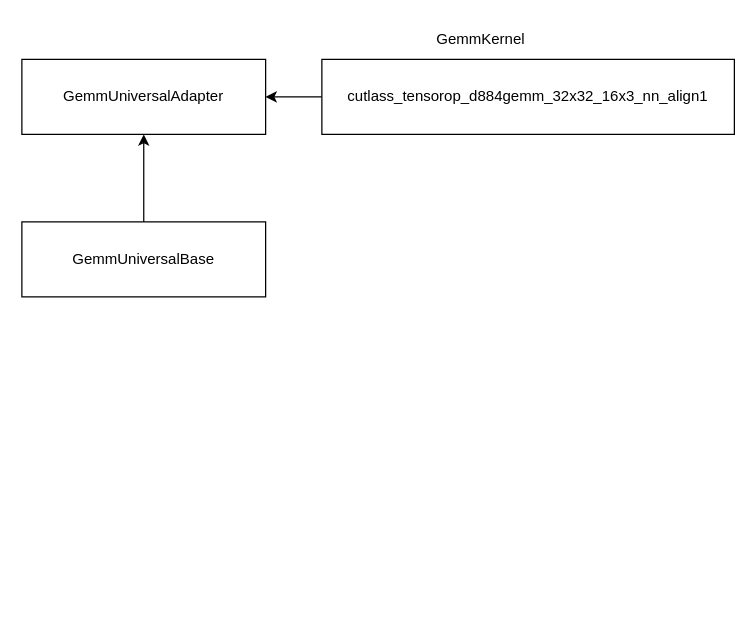
Above: CUTLASS.drawio in piDack/PerformanceCheckUtils (draw.io), before the change. Source tidied: cells renumbered, new cells numbered last; positions are measured from the earlier drawing's top-left corner, leaving out a move shared by most shapes. Both pictures are drawn from the tidied source at 125%, with x=0, y=0 at pixel (21, 21).
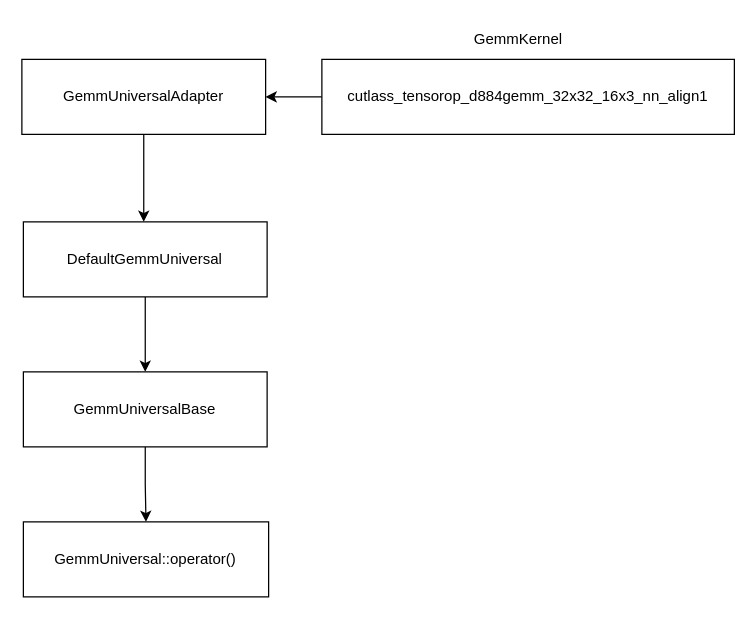
The same page after the edit.

Diff of the diagram source:
```diff
@@
 <mxGraphModel>
   <root>
     <mxCell id="0" />
     <mxCell id="1" parent="0" />
     <mxCell id="2" style="edgeStyle=orthogonalEdgeStyle;rounded=0;jettySize=auto;html=1;exitX=0;exitY=0.5;exitDx=0;exitDy=0;entryX=1;entryY=0.5;entryDx=0;entryDy=0;" parent="1" edge="1" source="3" target="4">
       <mxGeometry relative="1" as="geometry" />
     </mxCell>
     <mxCell id="3" value="cutlass_tensorop_d884gemm_32x32_16x3_nn_align1" style="rounded=0;whiteSpace=wrap;html=1;" parent="1" vertex="1">
       <mxGeometry x="240" y="30" width="330" height="60" as="geometry" />
     </mxCell>
+    <mxCell id="8" style="edgeStyle=orthogonalEdgeStyle;rounded=0;jettySize=auto;html=1;exitX=0.5;exitY=1;exitDx=0;exitDy=0;" parent="1" edge="1" source="4">
+      <mxGeometry relative="1" as="geometry">
+        <mxPoint x="97.5" y="160" as="targetPoint" />
+      </mxGeometry>
+    </mxCell>
     <mxCell id="4" value="GemmUniversalAdapter" style="rounded=0;whiteSpace=wrap;html=1;" parent="1" vertex="1">
       <mxGeometry y="30" width="195" height="60" as="geometry" />
     </mxCell>
-    <mxCell id="5" style="edgeStyle=orthogonalEdgeStyle;rounded=0;jettySize=auto;html=1;exitX=0.5;exitY=0;exitDx=0;exitDy=0;entryX=0.5;entryY=1;entryDx=0;entryDy=0;" parent="1" edge="1" source="6" target="4">
-      <mxGeometry relative="1" as="geometry" />
-    </mxCell>
+    <mxCell id="7" value="GemmKernel" style="text;whiteSpace=wrap;" parent="1" vertex="1">
+      <mxGeometry x="360" width="100" height="40" as="geometry" />
+    </mxCell>
+    <mxCell id="9" style="edgeStyle=orthogonalEdgeStyle;rounded=0;jettySize=auto;html=1;exitX=0.5;exitY=1;exitDx=0;exitDy=0;entryX=0.5;entryY=0;entryDx=0;entryDy=0;" parent="1" edge="1" source="6" target="10">
+      <mxGeometry relative="1" as="geometry" />
+    </mxCell>
     <mxCell id="6" value="GemmUniversalBase" style="rounded=0;whiteSpace=wrap;html=1;" parent="1" vertex="1">
-      <mxGeometry y="160" width="195" height="60" as="geometry" />
+      <mxGeometry x="1.2" y="280" width="195" height="60" as="geometry" />
     </mxCell>
-    <mxCell id="7" value="GemmKernel" style="text;whiteSpace=wrap;" parent="1" vertex="1">
-      <mxGeometry x="330" width="100" height="40" as="geometry" />
-    </mxCell>
+    <mxCell id="10" value="GemmUniversal::operator()" style="rounded=0;whiteSpace=wrap;html=1;" parent="1" vertex="1">
+      <mxGeometry x="1.2" y="400" width="196.2" height="60" as="geometry" />
+    </mxCell>
+    <mxCell id="11" style="edgeStyle=orthogonalEdgeStyle;rounded=0;jettySize=auto;html=1;exitX=0.5;exitY=1;exitDx=0;exitDy=0;" parent="1" edge="1" source="12" target="6">
+      <mxGeometry relative="1" as="geometry" />
+    </mxCell>
+    <mxCell id="12" value="DefaultGemmUniversal" style="rounded=0;whiteSpace=wrap;html=1;" parent="1" vertex="1">
+      <mxGeometry x="1.2" y="160" width="195" height="60" as="geometry" />
+    </mxCell>
   </root>
 </mxGraphModel>
```
